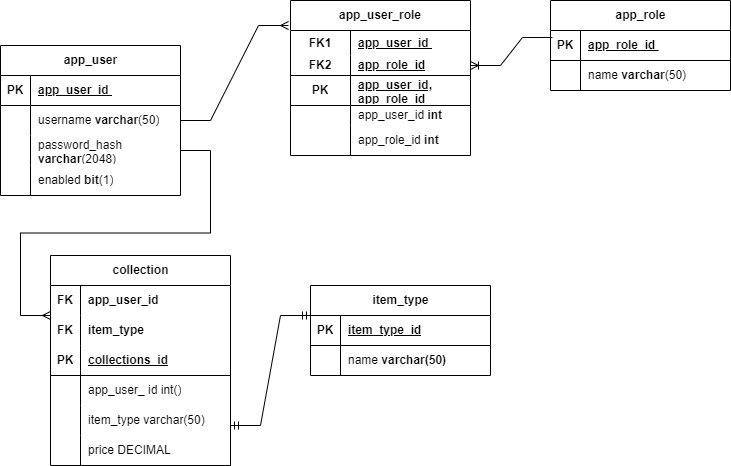
Above: Planning/DatabaseSchema/SchemaOutline.drawio.png in IanO-g/Capstone (draw.io), before the change. Source tidied: cells renumbered, new cells last; positions are measured from the earlier drawing's top-left corner, leaving out a move shared by most shapes.
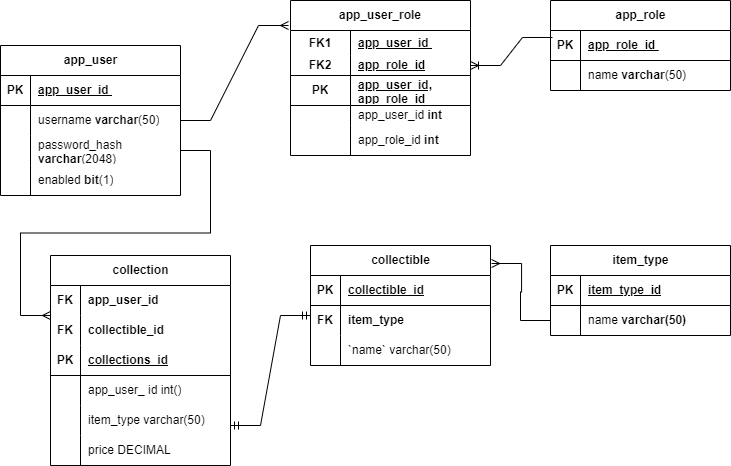
The same diagram one commit later.

The edit, as a diff of the source:
```diff
@@ -128,7 +128,7 @@
     <mxCell id="43" value="&lt;b&gt;FK&lt;/b&gt;" style="shape=partialRectangle;fillColor=none;top=0;left=0;bottom=0;right=0;fontStyle=0;overflow=hidden;whiteSpace=wrap;html=1;" parent="42" vertex="1">
       <mxGeometry width="30" height="30" as="geometry" />
     </mxCell>
-    <mxCell id="44" value="&lt;b&gt;item_type&lt;/b&gt;" style="shape=partialRectangle;fillColor=none;top=0;left=0;bottom=0;right=0;align=left;spacingLeft=6;fontStyle=0;overflow=hidden;whiteSpace=wrap;html=1;" parent="42" vertex="1">
+    <mxCell id="44" value="&lt;b&gt;collectible_id&lt;/b&gt;" style="shape=partialRectangle;fillColor=none;top=0;left=0;bottom=0;right=0;align=left;spacingLeft=6;fontStyle=0;overflow=hidden;whiteSpace=wrap;html=1;" parent="42" vertex="1">
       <mxGeometry x="30" width="150" height="30" as="geometry" />
     </mxCell>
     <mxCell id="45" style="shape=tableRow;horizontal=0;startSize=0;swimlaneHead=0;swimlaneBody=0;fillColor=none;top=0;left=0;right=0;bottom=1;" parent="38" vertex="1">
@@ -168,7 +168,7 @@
       <mxGeometry x="30" width="150" height="30" as="geometry" />
     </mxCell>
     <mxCell id="57" value="item_type" style="shape=table;startSize=30;rowLines=0;fontStyle=1;align=center;html=1;" parent="1" vertex="1">
-      <mxGeometry x="310" y="285" width="180" height="90" as="geometry" />
+      <mxGeometry x="550" y="245" width="180" height="90" as="geometry" />
     </mxCell>
     <mxCell id="58" style="shape=tableRow;horizontal=0;startSize=0;swimlaneHead=0;swimlaneBody=0;fillColor=none;top=0;left=0;right=0;bottom=1;" parent="57" vertex="1">
       <mxGeometry y="30" width="180" height="30" as="geometry" />
@@ -205,5 +205,38 @@
         <mxPoint x="310" y="315" as="targetPoint" />
       </mxGeometry>
     </mxCell>
+    <mxCell id="68" value="collectible" style="shape=table;startSize=30;rowLines=0;fontStyle=1;align=center;html=1;" parent="1" vertex="1">
+      <mxGeometry x="310" y="245" width="180" height="120" as="geometry" />
+    </mxCell>
+    <mxCell id="69" style="shape=tableRow;horizontal=0;startSize=0;swimlaneHead=0;swimlaneBody=0;fillColor=none;top=0;left=0;right=0;bottom=1;" parent="68" vertex="1">
+      <mxGeometry y="30" width="180" height="30" as="geometry" />
+    </mxCell>
+    <mxCell id="70" value="PK" style="shape=partialRectangle;fillColor=none;top=0;left=0;bottom=0;right=0;fontStyle=1;overflow=hidden;whiteSpace=wrap;html=1;" parent="69" vertex="1">
+      <mxGeometry width="30" height="30" as="geometry" />
+    </mxCell>
+    <mxCell id="71" value="collectible_id" style="shape=partialRectangle;fillColor=none;top=0;left=0;bottom=0;right=0;align=left;spacingLeft=6;fontStyle=5;overflow=hidden;whiteSpace=wrap;html=1;" parent="69" vertex="1">
+      <mxGeometry x="30" width="150" height="30" as="geometry" />
+    </mxCell>
+    <mxCell id="72" style="shape=tableRow;horizontal=0;startSize=0;swimlaneHead=0;swimlaneBody=0;fillColor=none;top=0;left=0;right=0;bottom=0;" parent="68" vertex="1">
+      <mxGeometry y="60" width="180" height="30" as="geometry" />
+    </mxCell>
+    <mxCell id="73" value="&lt;b&gt;FK&lt;/b&gt;" style="shape=partialRectangle;fillColor=none;top=0;left=0;bottom=0;right=0;fontStyle=0;overflow=hidden;whiteSpace=wrap;html=1;" parent="72" vertex="1">
+      <mxGeometry width="30" height="30" as="geometry" />
+    </mxCell>
+    <mxCell id="74" value="&lt;b&gt;item_type&lt;/b&gt;" style="shape=partialRectangle;fillColor=none;top=0;left=0;bottom=0;right=0;align=left;spacingLeft=6;fontStyle=0;overflow=hidden;whiteSpace=wrap;html=1;" parent="72" vertex="1">
+      <mxGeometry x="30" width="150" height="30" as="geometry" />
+    </mxCell>
+    <mxCell id="75" style="shape=tableRow;horizontal=0;startSize=0;swimlaneHead=0;swimlaneBody=0;fillColor=none;top=0;left=0;right=0;bottom=0;" parent="68" vertex="1">
+      <mxGeometry y="90" width="180" height="30" as="geometry" />
+    </mxCell>
+    <mxCell id="76" style="shape=partialRectangle;fillColor=none;top=0;left=0;bottom=0;right=0;overflow=hidden;whiteSpace=wrap;html=1;" parent="75" vertex="1">
+      <mxGeometry width="30" height="30" as="geometry" />
+    </mxCell>
+    <mxCell id="77" value="`name` varchar(50)" style="shape=partialRectangle;fillColor=none;top=0;left=0;bottom=0;right=0;align=left;spacingLeft=6;overflow=hidden;whiteSpace=wrap;html=1;" parent="75" vertex="1">
+      <mxGeometry x="30" width="150" height="30" as="geometry" />
+    </mxCell>
+    <mxCell id="78" style="edgeStyle=entityRelationEdgeStyle;fontSize=12;html=1;endArrow=ERmany;rounded=0;exitX=0;exitY=0.5;exitDx=0;exitDy=0;entryX=1.006;entryY=0.15;entryDx=0;entryDy=0;entryPerimeter=0;" parent="1" edge="1" source="61" target="68">
+      <mxGeometry relative="1" as="geometry" />
+    </mxCell>
   </root>
 </mxGraphModel>
```
